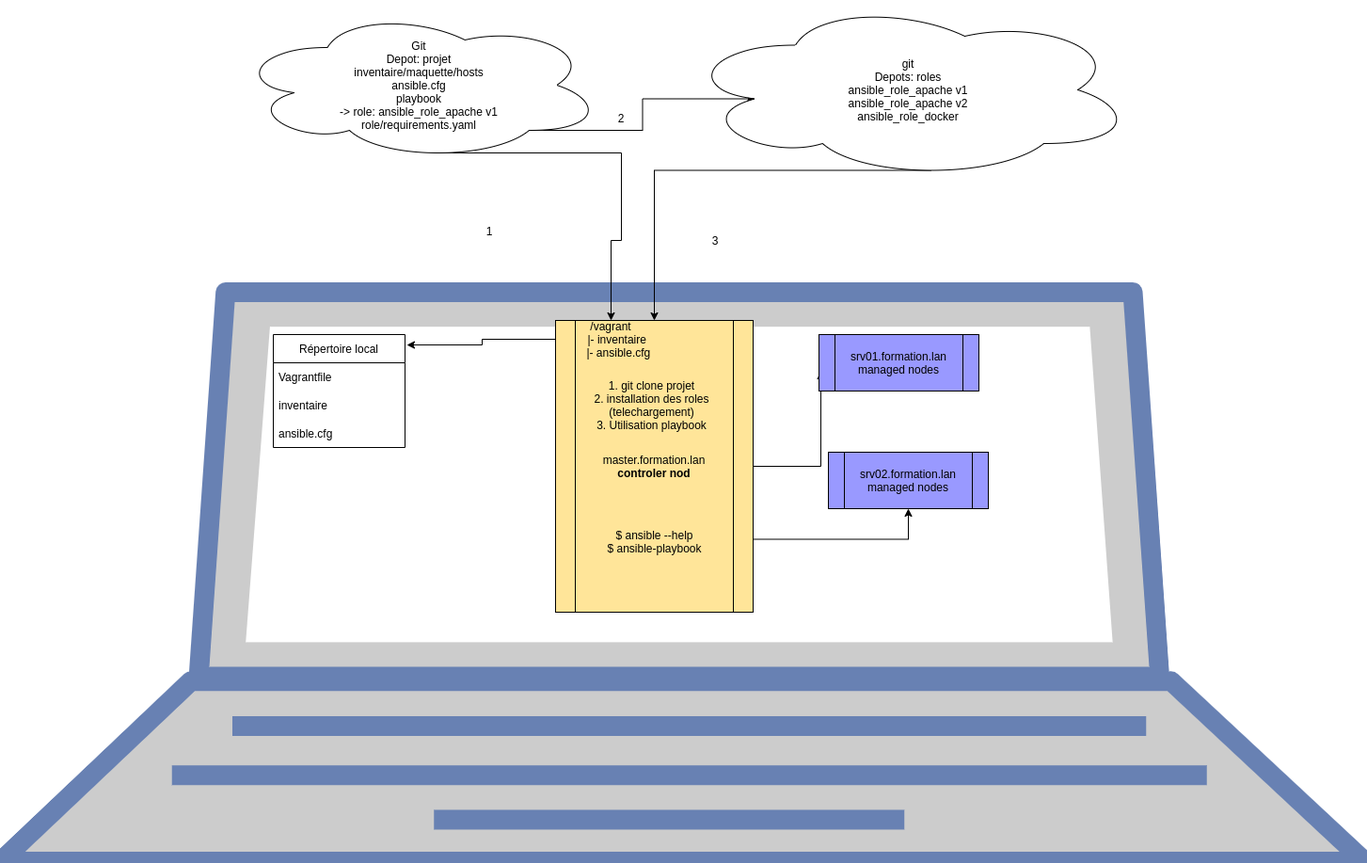
Before: Maquette_vagrant_ansible.png, a diagram exported from draw.io (alain01/ansible-formation). Source tidied: cells renumbered, new cells last; positions are measured from the earlier drawing's top-left corner, leaving out a move shared by most shapes.
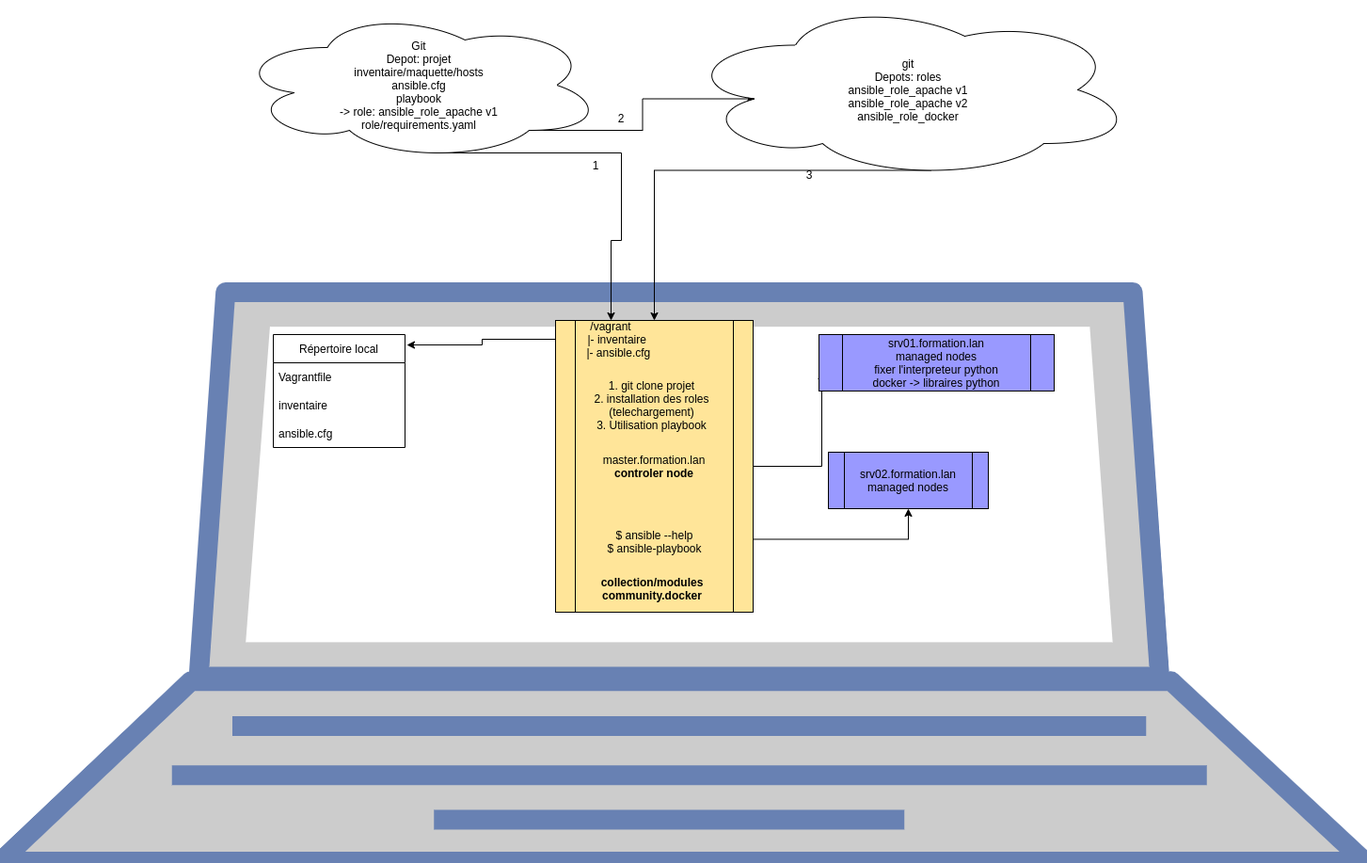
After the commit.

Commit message:
Deploiement des prerequis python et creation conteneur + check service web via module uri

The edit, as a diff of the source:
```diff
@@ -15,8 +15,8 @@
         <mxPoint x="800" y="572.5" as="sourcePoint" />
       </mxGeometry>
     </mxCell>
-    <mxCell id="5" value="srv01.formation.lan&lt;br&gt;managed nodes" style="shape=process;whiteSpace=wrap;html=1;backgroundOutline=1;fillColor=#9999FF;" parent="1" vertex="1">
-      <mxGeometry x="870" y="355" width="170" height="60" as="geometry" />
+    <mxCell id="5" value="srv01.formation.lan&lt;br&gt;managed nodes&lt;br&gt;fixer l'interpreteur python&lt;br&gt;docker -&amp;gt; libraires python" style="shape=process;whiteSpace=wrap;html=1;backgroundOutline=1;fillColor=#9999FF;" parent="1" vertex="1">
+      <mxGeometry x="870" y="355" width="250" height="60" as="geometry" />
     </mxCell>
     <mxCell id="6" value="srv02.formation.lan&lt;br&gt;managed nodes" style="shape=process;whiteSpace=wrap;html=1;backgroundOutline=1;fillColor=#9999FF;" parent="1" vertex="1">
       <mxGeometry x="880" y="480" width="170" height="60" as="geometry" />
@@ -58,15 +58,15 @@
       <mxGeometry x="725" width="480" height="190" as="geometry" />
     </mxCell>
     <mxCell id="17" value="1" style="text;html=1;strokeColor=none;fillColor=none;align=center;verticalAlign=middle;whiteSpace=wrap;rounded=0;" parent="1" vertex="1">
-      <mxGeometry x="490" y="230" width="60" height="30" as="geometry" />
+      <mxGeometry x="602.5" y="160" width="60" height="30" as="geometry" />
     </mxCell>
     <mxCell id="18" value="2" style="text;html=1;strokeColor=none;fillColor=none;align=center;verticalAlign=middle;whiteSpace=wrap;rounded=0;" parent="1" vertex="1">
       <mxGeometry x="630" y="110" width="60" height="30" as="geometry" />
     </mxCell>
     <mxCell id="19" value="3" style="text;html=1;strokeColor=none;fillColor=none;align=center;verticalAlign=middle;whiteSpace=wrap;rounded=0;" parent="1" vertex="1">
-      <mxGeometry x="730" y="240" width="60" height="30" as="geometry" />
+      <mxGeometry x="830" y="170" width="60" height="30" as="geometry" />
     </mxCell>
-    <mxCell id="20" value="master.formation.lan&lt;br&gt;&lt;b&gt;controler nod&lt;br&gt;&lt;/b&gt;" style="shape=process;whiteSpace=wrap;html=1;backgroundOutline=1;fillColor=#FFE599;" parent="1" vertex="1">
+    <mxCell id="20" value="master.formation.lan&lt;br&gt;&lt;b&gt;controler node&lt;br&gt;&lt;/b&gt;" style="shape=process;whiteSpace=wrap;html=1;backgroundOutline=1;fillColor=#FFE599;" parent="1" vertex="1">
       <mxGeometry x="590" y="340" width="210" height="310" as="geometry" />
     </mxCell>
     <mxCell id="21" value="/vagrant&lt;br&gt;&amp;nbsp; &amp;nbsp; |- inventaire&lt;br&gt;&amp;nbsp; &amp;nbsp; &amp;nbsp;|- ansible.cfg" style="text;html=1;strokeColor=none;fillColor=none;align=center;verticalAlign=middle;whiteSpace=wrap;rounded=0;" parent="1" vertex="1">
@@ -78,5 +78,8 @@
     <mxCell id="23" value="1. git clone projet&lt;br&gt;2. installation des roles (telechargement)&lt;br&gt;3. Utilisation playbook" style="text;html=1;strokeColor=none;fillColor=none;align=center;verticalAlign=middle;whiteSpace=wrap;rounded=0;" parent="1" vertex="1">
       <mxGeometry x="585" y="415" width="215" height="30" as="geometry" />
     </mxCell>
+    <mxCell id="24" value="&lt;b&gt;collection/modules&lt;br&gt;community.docker&lt;br&gt;&lt;/b&gt;" style="text;html=1;strokeColor=none;fillColor=none;align=center;verticalAlign=middle;whiteSpace=wrap;rounded=0;" parent="1" vertex="1">
+      <mxGeometry x="662.5" y="610" width="60" height="30" as="geometry" />
+    </mxCell>
   </root>
 </mxGraphModel>
```
